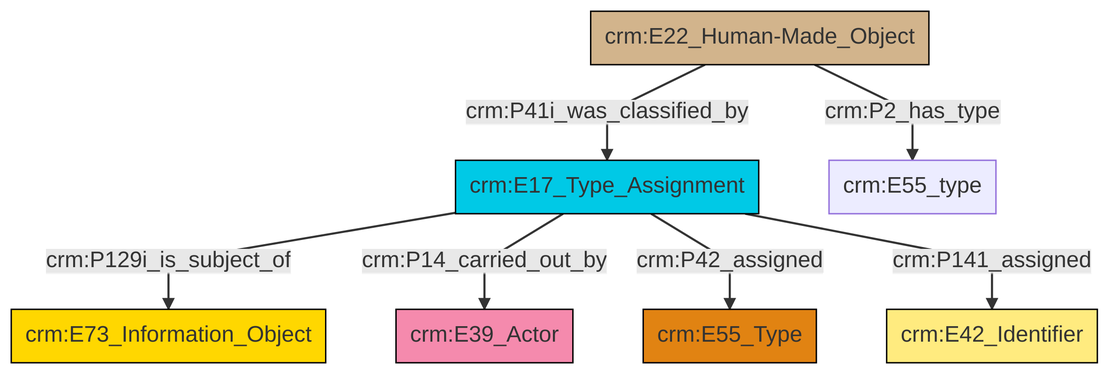
Earlier version of the Mermaid export et/builtWorkCSV/ttl/mmd/png/Built_Work_designation_status.png (swiss-art-research-net/docs.swissartresearch). Its source is kept beside it as et/builtWorkCSV/ttl/mmd/Built_Work_designation_status.ttl.mmd.
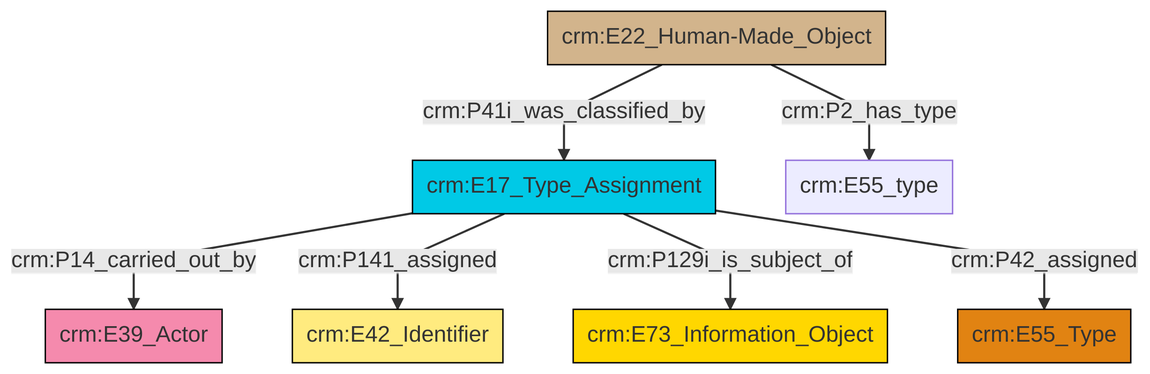
After the commit.

Change to the diagram source:
```diff
@@ -13,9 +13,9 @@
 classDef PC_Classes fill:#4ce600, stroke:#000000;
 classDef Multi fill:#cccccc,stroke:#000000;
 
-2["crm:E17_Type_Assignment"]:::Temporal_Entity -->|crm:P129i_is_subject_of| 3["crm:E73_Information_Object"]:::Conceptual_Object
-2["crm:E17_Type_Assignment"]:::Temporal_Entity -->|crm:P14_carried_out_by| 4["crm:E39_Actor"]:::Actor
-8["crm:E22_Human-Made_Object"]:::Physical_Thing -->|crm:P2_has_type| 12["crm:E55_type"]:::Default
-2["crm:E17_Type_Assignment"]:::Temporal_Entity -->|crm:P42_assigned| 0["crm:E55_Type"]:::Type
-2["crm:E17_Type_Assignment"]:::Temporal_Entity -->|crm:P141_assigned| 5["crm:E42_Identifier"]:::Appellation
-8["crm:E22_Human-Made_Object"]:::Physical_Thing -->|crm:P41i_was_classified_by| 2["crm:E17_Type_Assignment"]:::Temporal_Entity
+0["crm:E17_Type_Assignment"]:::Temporal_Entity -->|crm:P14_carried_out_by| 1["crm:E39_Actor"]:::Actor
+0["crm:E17_Type_Assignment"]:::Temporal_Entity -->|crm:P141_assigned| 4["crm:E42_Identifier"]:::Appellation
+0["crm:E17_Type_Assignment"]:::Temporal_Entity -->|crm:P129i_is_subject_of| 7["crm:E73_Information_Object"]:::Conceptual_Object
+2["crm:E22_Human-Made_Object"]:::Physical_Thing -->|crm:P41i_was_classified_by| 0["crm:E17_Type_Assignment"]:::Temporal_Entity
+2["crm:E22_Human-Made_Object"]:::Physical_Thing -->|crm:P2_has_type| 9["crm:E55_type"]:::Default
+0["crm:E17_Type_Assignment"]:::Temporal_Entity -->|crm:P42_assigned| 5["crm:E55_Type"]:::Type
```
